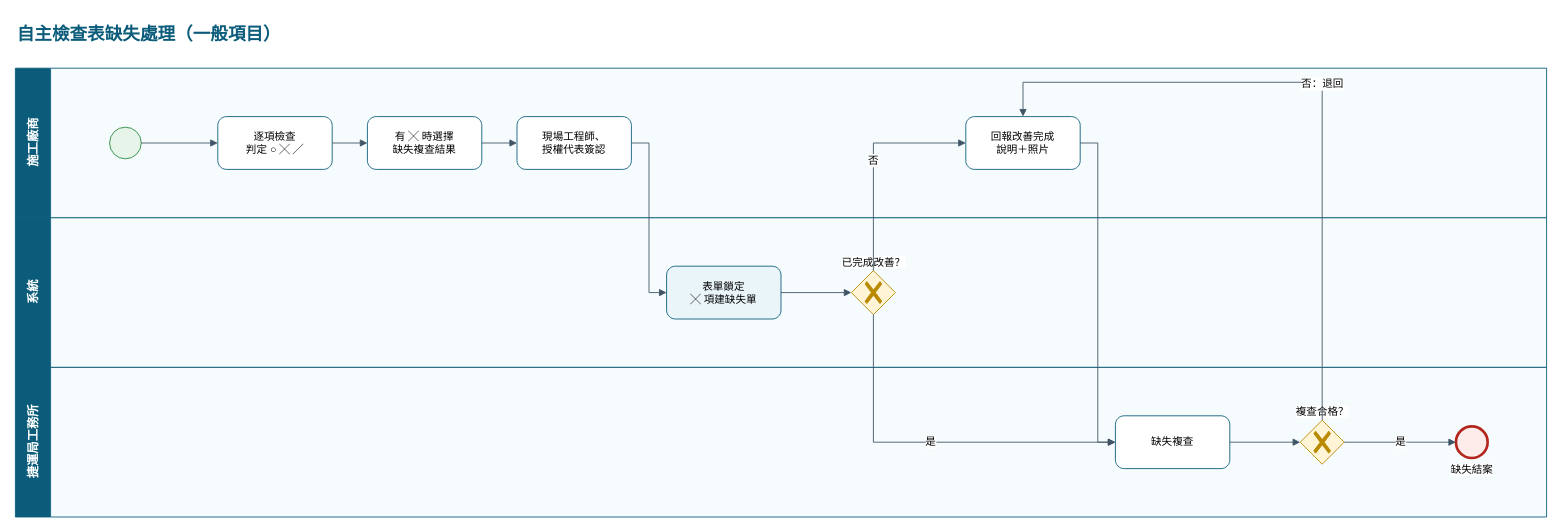
The draw.io diagram page "自主檢查表缺失處理（一般項目）" (1 of 8) of 捷運施工查驗系統_缺失與停留點流程_BPMN.drawio in brianchou7310/MRT-Construction-QMS, before the edit. Source tidied: cells renumbered, new cells numbered last; positions are measured from the earlier drawing's top-left corner, leaving out a move shared by most shapes. Both pictures are drawn from the tidied source at 88%, with x=0, y=0 at pixel (15, 15).
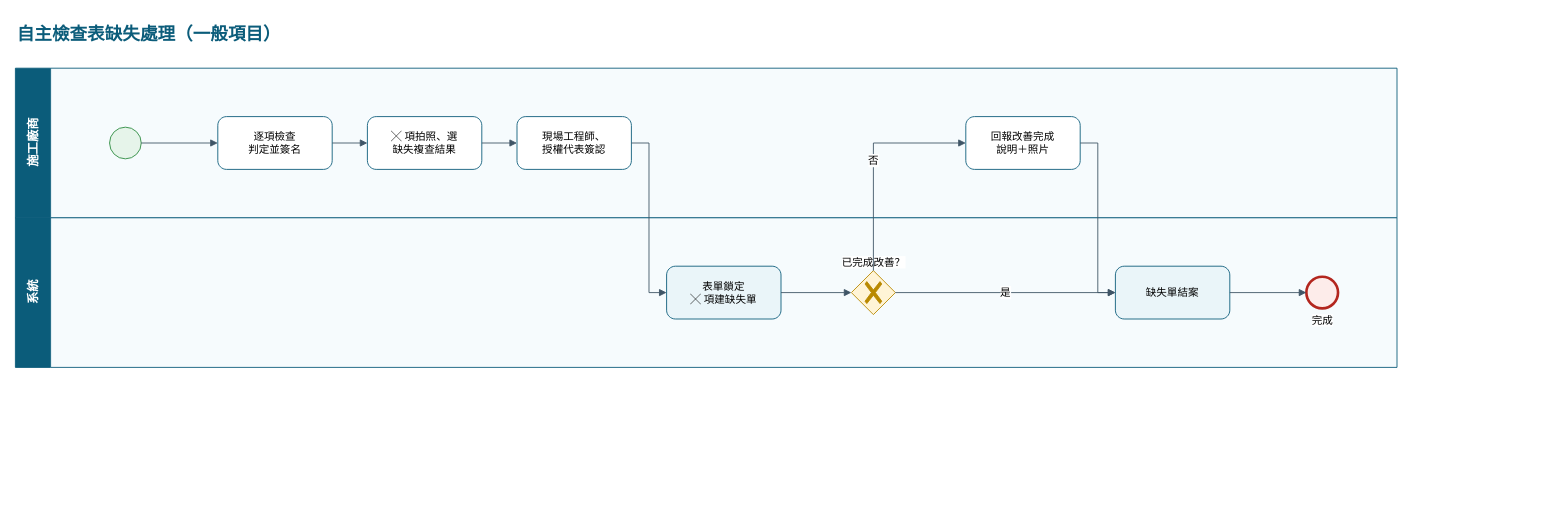
After the change.

The change refers to these unchanged cells:
```xml
<mxCell id="11" value="已完成改善？" style="points=[[0.25,0.25,0],[0.5,0,0],[0.75,0.25,0],[1,0.5,0],[0.75,0.75,0],[0.5,1,0],[0.25,0.75,0],[0,0.5,0]];shape=mxgraph.bpmn.gateway2;html=1;verticalLabelPosition=top;labelBackgroundColor=#ffffff;verticalAlign=bottom;align=center;perimeter=rhombusPerimeter;outlineConnect=0;outline=none;symbol=none;gwType=exclusive;fillColor=#FFF4D6;strokeColor=#B98900;fontSize=12;" parent="4" vertex="1">
  <mxGeometry x="950" y="60" width="50" height="50" as="geometry" />
</mxCell>
<mxCell id="12" value="回報改善完成&lt;br&gt;說明＋照片" style="points=[[0.25,0,0],[0.5,0,0],[0.75,0,0],[1,0.25,0],[1,0.5,0],[1,0.75,0],[0.75,1,0],[0.5,1,0],[0.25,1,0],[0,0.75,0],[0,0.5,0],[0,0.25,0]];shape=mxgraph.bpmn.task;whiteSpace=wrap;rectStyle=rounded;size=10;html=1;taskMarker=abstract;fontSize=12;fillColor=#FFFFFF;strokeColor=#0B5C7A;" parent="3" vertex="1">
  <mxGeometry x="1080" y="55" width="130" height="60" as="geometry" />
</mxCell>
```

What changed in the source:
```diff
@@
     <mxCell id="3" value="施工廠商" style="swimlane;html=1;startSize=40;horizontal=0;fontSize=14;fontStyle=1;fillColor=#0B5C7A;fontColor=#ffffff;strokeColor=#0B5C7A;swimlaneFillColor=#F6FBFD;" parent="1" vertex="1">
-      <mxGeometry y="60" width="1740" height="170" as="geometry" />
+      <mxGeometry y="60" width="1570" height="170" as="geometry" />
     </mxCell>
     <mxCell id="4" value="系統" style="swimlane;html=1;startSize=40;horizontal=0;fontSize=14;fontStyle=1;fillColor=#0B5C7A;fontColor=#ffffff;strokeColor=#0B5C7A;swimlaneFillColor=#F6FBFD;" parent="1" vertex="1">
-      <mxGeometry y="230" width="1740" height="170" as="geometry" />
+      <mxGeometry y="230" width="1570" height="170" as="geometry" />
     </mxCell>
-    <mxCell id="5" value="捷運局工務所" style="swimlane;html=1;startSize=40;horizontal=0;fontSize=14;fontStyle=1;fillColor=#0B5C7A;fontColor=#ffffff;strokeColor=#0B5C7A;swimlaneFillColor=#F6FBFD;" parent="1" vertex="1">
-      <mxGeometry y="400" width="1740" height="170" as="geometry" />
-    </mxCell>
@@
-    <mxCell id="7" value="逐項檢查&lt;br&gt;判定 ○ ╳ ╱" style="points=[[0.25,0,0],[0.5,0,0],[0.75,0,0],[1,0.25,0],[1,0.5,0],[1,0.75,0],[0.75,1,0],[0.5,1,0],[0.25,1,0],[0,0.75,0],[0,0.5,0],[0,0.25,0]];shape=mxgraph.bpmn.task;whiteSpace=wrap;rectStyle=rounded;size=10;html=1;taskMarker=abstract;fontSize=12;fillColor=#FFFFFF;strokeColor=#0B5C7A;" parent="3" vertex="1">
+    <mxCell id="7" value="逐項檢查&lt;br&gt;判定並簽名" style="points=[[0.25,0,0],[0.5,0,0],[0.75,0,0],[1,0.25,0],[1,0.5,0],[1,0.75,0],[0.75,1,0],[0.5,1,0],[0.25,1,0],[0,0.75,0],[0,0.5,0],[0,0.25,0]];shape=mxgraph.bpmn.task;whiteSpace=wrap;rectStyle=rounded;size=10;html=1;taskMarker=abstract;fontSize=12;fillColor=#FFFFFF;strokeColor=#0B5C7A;" parent="3" vertex="1">
       <mxGeometry x="230" y="55" width="130" height="60" as="geometry" />
     </mxCell>
-    <mxCell id="8" value="有 ╳ 時選擇&lt;br&gt;缺失複查結果" style="points=[[0.25,0,0],[0.5,0,0],[0.75,0,0],[1,0.25,0],[1,0.5,0],[1,0.75,0],[0.75,1,0],[0.5,1,0],[0.25,1,0],[0,0.75,0],[0,0.5,0],[0,0.25,0]];shape=mxgraph.bpmn.task;whiteSpace=wrap;rectStyle=rounded;size=10;html=1;taskMarker=abstract;fontSize=12;fillColor=#FFFFFF;strokeColor=#0B5C7A;" parent="3" vertex="1">
+    <mxCell id="8" value="╳ 項拍照、選&lt;br&gt;缺失複查結果" style="points=[[0.25,0,0],[0.5,0,0],[0.75,0,0],[1,0.25,0],[1,0.5,0],[1,0.75,0],[0.75,1,0],[0.5,1,0],[0.25,1,0],[0,0.75,0],[0,0.5,0],[0,0.25,0]];shape=mxgraph.bpmn.task;whiteSpace=wrap;rectStyle=rounded;size=10;html=1;taskMarker=abstract;fontSize=12;fillColor=#FFFFFF;strokeColor=#0B5C7A;" parent="3" vertex="1">
       <mxGeometry x="400" y="55" width="130" height="60" as="geometry" />
     </mxCell>
@@
-    <mxCell id="13" value="缺失複查" style="points=[[0.25,0,0],[0.5,0,0],[0.75,0,0],[1,0.25,0],[1,0.5,0],[1,0.75,0],[0.75,1,0],[0.5,1,0],[0.25,1,0],[0,0.75,0],[0,0.5,0],[0,0.25,0]];shape=mxgraph.bpmn.task;whiteSpace=wrap;rectStyle=rounded;size=10;html=1;taskMarker=abstract;fontSize=12;fillColor=#FFFFFF;strokeColor=#0B5C7A;" parent="5" vertex="1">
-      <mxGeometry x="1250" y="55" width="130" height="60" as="geometry" />
-    </mxCell>
-    <mxCell id="14" value="複查合格？" style="points=[[0.25,0.25,0],[0.5,0,0],[0.75,0.25,0],[1,0.5,0],[0.75,0.75,0],[0.5,1,0],[0.25,0.75,0],[0,0.5,0]];shape=mxgraph.bpmn.gateway2;html=1;verticalLabelPosition=top;labelBackgroundColor=#ffffff;verticalAlign=bottom;align=center;perimeter=rhombusPerimeter;outlineConnect=0;outline=none;symbol=none;gwType=exclusive;fillColor=#FFF4D6;strokeColor=#B98900;fontSize=12;" parent="5" vertex="1">
-      <mxGeometry x="1460" y="60" width="50" height="50" as="geometry" />
-    </mxCell>
+    <mxCell id="27" value="缺失單結案" style="points=[[0.25,0,0],[0.5,0,0],[0.75,0,0],[1,0.25,0],[1,0.5,0],[1,0.75,0],[0.75,1,0],[0.5,1,0],[0.25,1,0],[0,0.75,0],[0,0.5,0],[0,0.25,0]];shape=mxgraph.bpmn.task;whiteSpace=wrap;rectStyle=rounded;size=10;html=1;taskMarker=abstract;fontSize=12;fillColor=#EAF5F9;strokeColor=#0B5C7A;" parent="4" vertex="1">
+      <mxGeometry x="1250" y="55" width="130" height="60" as="geometry" />
+    </mxCell>
-    <mxCell id="15" value="缺失結案" style="points=[[0.145,0.145,0],[0.5,0,0],[0.855,0.145,0],[1,0.5,0],[0.855,0.855,0],[0.5,1,0],[0.145,0.855,0],[0,0.5,0]];shape=mxgraph.bpmn.event;html=1;verticalLabelPosition=bottom;labelBackgroundColor=#ffffff;verticalAlign=top;align=center;perimeter=ellipsePerimeter;outlineConnect=0;outline=end;symbol=terminate2;fillColor=#FDECEA;strokeColor=#B3261E;fontSize=12;" parent="5" vertex="1">
-      <mxGeometry x="1637" y="67" width="36" height="36" as="geometry" />
+    <mxCell id="15" value="完成" style="points=[[0.145,0.145,0],[0.5,0,0],[0.855,0.145,0],[1,0.5,0],[0.855,0.855,0],[0.5,1,0],[0.145,0.855,0],[0,0.5,0]];shape=mxgraph.bpmn.event;html=1;verticalLabelPosition=bottom;labelBackgroundColor=#ffffff;verticalAlign=top;align=center;perimeter=ellipsePerimeter;outlineConnect=0;outline=end;symbol=terminate2;fillColor=#FDECEA;strokeColor=#B3261E;fontSize=12;" parent="4" vertex="1">
+      <mxGeometry x="1467" y="67" width="36" height="36" as="geometry" />
     </mxCell>
@@
-    <mxCell id="22" value="是" style="edgeStyle=orthogonalEdgeStyle;rounded=0;html=1;endArrow=block;endFill=1;strokeColor=#3F5566;fontSize=12;labelBackgroundColor=#ffffff;exitX=0.5;exitY=1;exitDx=0;exitDy=0;entryX=0;entryY=0.5;entryDx=0;entryDy=0;" parent="1" edge="1" source="11" target="13">
-      <mxGeometry relative="1" as="geometry">
-        <Array as="points">
-          <mxPoint x="975" y="485" />
-        </Array>
-      </mxGeometry>
+    <mxCell id="22" value="是" style="edgeStyle=orthogonalEdgeStyle;rounded=0;html=1;endArrow=block;endFill=1;strokeColor=#3F5566;fontSize=12;labelBackgroundColor=#ffffff;exitX=1;exitY=0.5;exitDx=0;exitDy=0;entryX=0;entryY=0.5;entryDx=0;entryDy=0;" parent="1" edge="1" source="11" target="27">
+      <mxGeometry relative="1" as="geometry" />
     </mxCell>
-    <mxCell id="23" style="edgeStyle=orthogonalEdgeStyle;rounded=0;html=1;endArrow=block;endFill=1;strokeColor=#3F5566;fontSize=12;labelBackgroundColor=#ffffff;exitX=1;exitY=0.5;exitDx=0;exitDy=0;entryX=0;entryY=0.5;entryDx=0;entryDy=0;" parent="1" edge="1" source="12" target="13">
+    <mxCell id="23" style="edgeStyle=orthogonalEdgeStyle;rounded=0;html=1;endArrow=block;endFill=1;strokeColor=#3F5566;fontSize=12;labelBackgroundColor=#ffffff;exitX=1;exitY=0.5;exitDx=0;exitDy=0;entryX=0;entryY=0.5;entryDx=0;entryDy=0;" parent="1" edge="1" source="12" target="27">
       <mxGeometry relative="1" as="geometry">
         <Array as="points">
           <mxPoint x="1230" y="145" />
-          <mxPoint x="1230" y="485" />
+          <mxPoint x="1230" y="315" />
         </Array>
       </mxGeometry>
     </mxCell>
-    <mxCell id="24" style="edgeStyle=orthogonalEdgeStyle;rounded=0;html=1;endArrow=block;endFill=1;strokeColor=#3F5566;fontSize=12;labelBackgroundColor=#ffffff;exitX=1;exitY=0.5;exitDx=0;exitDy=0;entryX=0;entryY=0.5;entryDx=0;entryDy=0;" parent="1" edge="1" source="13" target="14">
+    <mxCell id="24" style="edgeStyle=orthogonalEdgeStyle;rounded=0;html=1;endArrow=block;endFill=1;strokeColor=#3F5566;fontSize=12;labelBackgroundColor=#ffffff;exitX=1;exitY=0.5;exitDx=0;exitDy=0;entryX=0;entryY=0.5;entryDx=0;entryDy=0;" parent="1" edge="1" source="27" target="15">
       <mxGeometry relative="1" as="geometry" />
     </mxCell>
-    <mxCell id="25" value="是" style="edgeStyle=orthogonalEdgeStyle;rounded=0;html=1;endArrow=block;endFill=1;strokeColor=#3F5566;fontSize=12;labelBackgroundColor=#ffffff;exitX=1;exitY=0.5;exitDx=0;exitDy=0;entryX=0;entryY=0.5;entryDx=0;entryDy=0;" parent="1" edge="1" source="14" target="15">
-      <mxGeometry relative="1" as="geometry" />
-    </mxCell>
-    <mxCell id="26" value="否：退回" style="edgeStyle=orthogonalEdgeStyle;rounded=0;html=1;endArrow=block;endFill=1;strokeColor=#3F5566;fontSize=12;labelBackgroundColor=#ffffff;exitX=0.5;exitY=0;exitDx=0;exitDy=0;entryX=0.5;entryY=0;entryDx=0;entryDy=0;" parent="1" edge="1" source="14" target="12">
-      <mxGeometry relative="1" as="geometry">
-        <Array as="points">
-          <mxPoint x="1485" y="76" />
-          <mxPoint x="1145" y="76" />
-        </Array>
-      </mxGeometry>
-    </mxCell>
```
